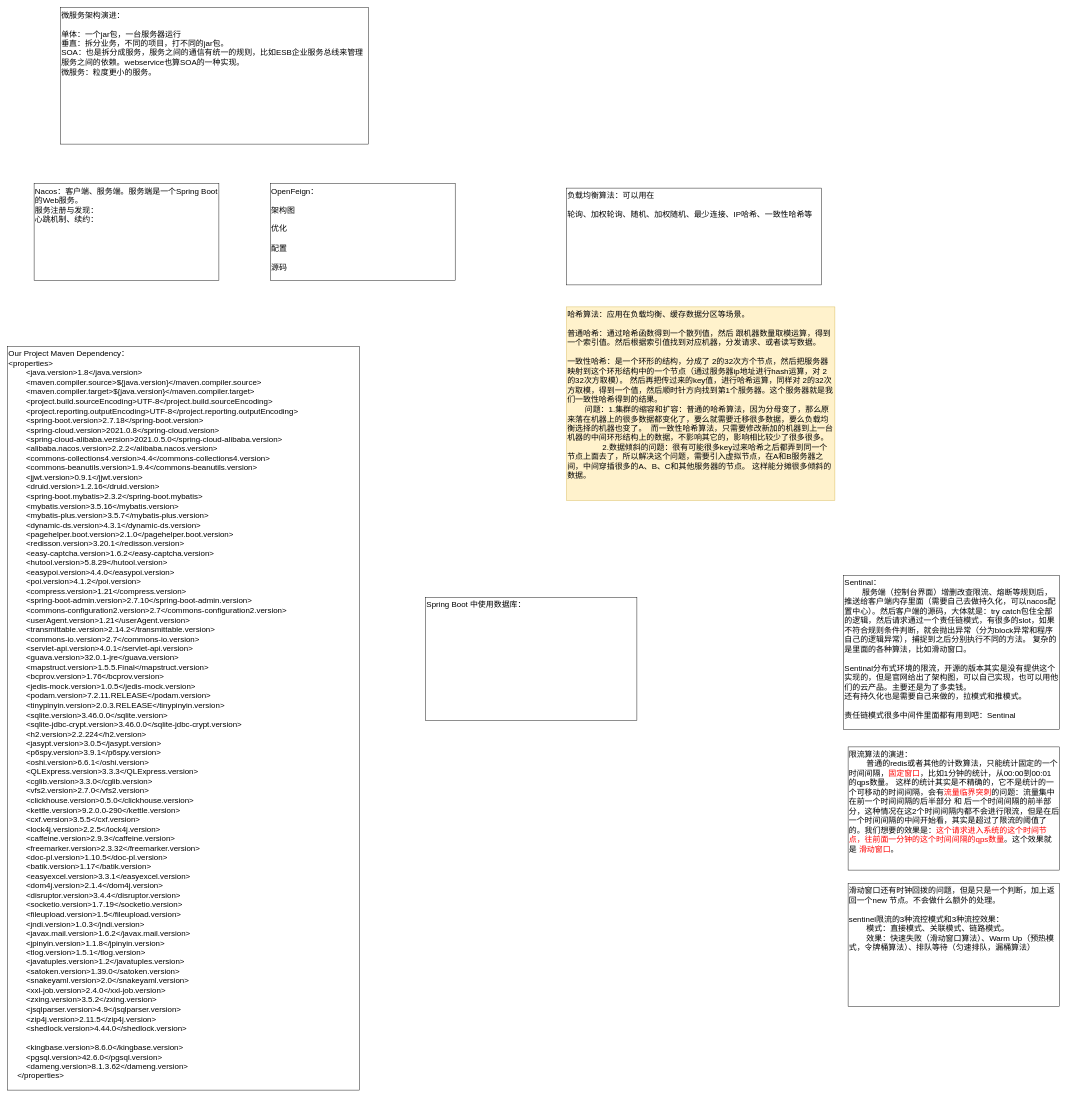
Earlier version of the draw.io diagram JAVA/微服务.drawio (KGwolf/MyDraw). Source tidied: cells renumbered, new cells numbered last; positions are measured from the earlier drawing's top-left corner, leaving out a move shared by most shapes. Both pictures are drawn from the tidied source at 44%, with x=0, y=0 at pixel (7, 7).
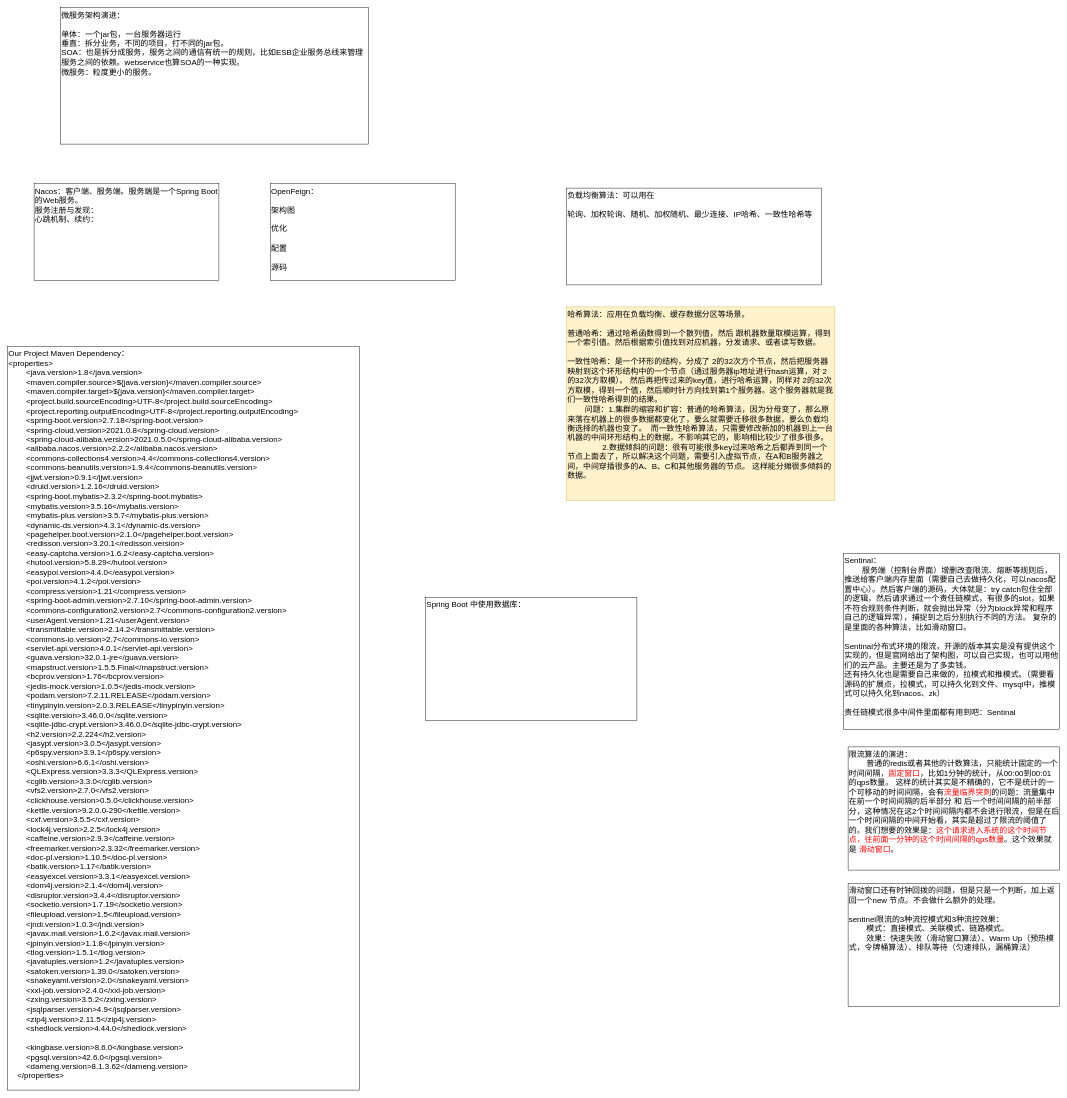
The same diagram, later.

Commit message:
更新微服务.drawio

What changed in the source:
```diff
@@
 <mxGraphModel>
   <root>
     <mxCell id="0" />
     <mxCell id="1" parent="0" />
     <mxCell id="2" value="Nacos：客户端、服务端。服务端是一个Spring Boot的Web服务。&lt;div&gt;服务注册与发现：&lt;/div&gt;&lt;div&gt;心跳机制、续约：&lt;br&gt;&lt;div&gt;&lt;br&gt;&lt;/div&gt;&lt;/div&gt;" style="rounded=0;whiteSpace=wrap;html=1;fontSize=18;verticalAlign=top;align=left;" parent="1" vertex="1">
       <mxGeometry x="60" y="400" width="420" height="220" as="geometry" />
     </mxCell>
     <mxCell id="3" value="&lt;div&gt;OpenFeign：&lt;/div&gt;&lt;div&gt;&lt;br&gt;&lt;/div&gt;&lt;div&gt;架构图&lt;/div&gt;&lt;div&gt;&lt;br&gt;&lt;/div&gt;&lt;div&gt;优化&lt;/div&gt;&lt;div&gt;&lt;br&gt;&lt;/div&gt;&lt;div&gt;配置&lt;/div&gt;&lt;div&gt;&lt;br&gt;&lt;/div&gt;&lt;div&gt;源码&lt;/div&gt;" style="rounded=0;whiteSpace=wrap;html=1;fontSize=18;verticalAlign=top;align=left;" parent="1" vertex="1">
       <mxGeometry x="597" y="400" width="420" height="220" as="geometry" />
     </mxCell>
     <mxCell id="4" value="Our Project Maven Dependency：&lt;div&gt;&lt;div&gt;&amp;lt;properties&amp;gt;&lt;/div&gt;&lt;div&gt;&amp;nbsp; &amp;nbsp; &amp;nbsp; &amp;nbsp; &amp;lt;java.version&amp;gt;1.8&amp;lt;/java.version&amp;gt;&lt;/div&gt;&lt;div&gt;&amp;nbsp; &amp;nbsp; &amp;nbsp; &amp;nbsp; &amp;lt;maven.compiler.source&amp;gt;${java.version}&amp;lt;/maven.compiler.source&amp;gt;&lt;/div&gt;&lt;div&gt;&amp;nbsp; &amp;nbsp; &amp;nbsp; &amp;nbsp; &amp;lt;maven.compiler.target&amp;gt;${java.version}&amp;lt;/maven.compiler.target&amp;gt;&lt;/div&gt;&lt;div&gt;&amp;nbsp; &amp;nbsp; &amp;nbsp; &amp;nbsp; &amp;lt;project.build.sourceEncoding&amp;gt;UTF-8&amp;lt;/project.build.sourceEncoding&amp;gt;&lt;/div&gt;&lt;div&gt;&amp;nbsp; &amp;nbsp; &amp;nbsp; &amp;nbsp; &amp;lt;project.reporting.outputEncoding&amp;gt;UTF-8&amp;lt;/project.reporting.outputEncoding&amp;gt;&lt;/div&gt;&lt;div&gt;&amp;nbsp; &amp;nbsp; &amp;nbsp; &amp;nbsp; &amp;lt;spring-boot.version&amp;gt;2.7.18&amp;lt;/spring-boot.version&amp;gt;&lt;/div&gt;&lt;div&gt;&amp;nbsp; &amp;nbsp; &amp;nbsp; &amp;nbsp; &amp;lt;spring-cloud.version&amp;gt;2021.0.8&amp;lt;/spring-cloud.version&amp;gt;&lt;/div&gt;&lt;div&gt;&amp;nbsp; &amp;nbsp; &amp;nbsp; &amp;nbsp; &amp;lt;spring-cloud-alibaba.version&amp;gt;2021.0.5.0&amp;lt;/spring-cloud-alibaba.version&amp;gt;&lt;/div&gt;&lt;div&gt;&amp;nbsp; &amp;nbsp; &amp;nbsp; &amp;nbsp; &amp;lt;alibaba.nacos.version&amp;gt;2.2.2&amp;lt;/alibaba.nacos.version&amp;gt;&lt;/div&gt;&lt;div&gt;&amp;nbsp; &amp;nbsp; &amp;nbsp; &amp;nbsp; &amp;lt;commons-collections4.version&amp;gt;4.4&amp;lt;/commons-collections4.version&amp;gt;&lt;/div&gt;&lt;div&gt;&amp;nbsp; &amp;nbsp; &amp;nbsp; &amp;nbsp; &amp;lt;commons-beanutils.version&amp;gt;1.9.4&amp;lt;/commons-beanutils.version&amp;gt;&lt;/div&gt;&lt;div&gt;&amp;nbsp; &amp;nbsp; &amp;nbsp; &amp;nbsp; &amp;lt;jjwt.version&amp;gt;0.9.1&amp;lt;/jjwt.version&amp;gt;&lt;/div&gt;&lt;div&gt;&amp;nbsp; &amp;nbsp; &amp;nbsp; &amp;nbsp; &amp;lt;druid.version&amp;gt;1.2.16&amp;lt;/druid.version&amp;gt;&lt;/div&gt;&lt;div&gt;&amp;nbsp; &amp;nbsp; &amp;nbsp; &amp;nbsp; &amp;lt;spring-boot.mybatis&amp;gt;2.3.2&amp;lt;/spring-boot.mybatis&amp;gt;&lt;/div&gt;&lt;div&gt;&amp;nbsp; &amp;nbsp; &amp;nbsp; &amp;nbsp; &amp;lt;mybatis.version&amp;gt;3.5.16&amp;lt;/mybatis.version&amp;gt;&lt;/div&gt;&lt;div&gt;&amp;nbsp; &amp;nbsp; &amp;nbsp; &amp;nbsp; &amp;lt;mybatis-plus.version&amp;gt;3.5.7&amp;lt;/mybatis-plus.version&amp;gt;&lt;/div&gt;&lt;div&gt;&amp;nbsp; &amp;nbsp; &amp;nbsp; &amp;nbsp; &amp;lt;dynamic-ds.version&amp;gt;4.3.1&amp;lt;/dynamic-ds.version&amp;gt;&lt;/div&gt;&lt;div&gt;&amp;nbsp; &amp;nbsp; &amp;nbsp; &amp;nbsp; &amp;lt;pagehelper.boot.version&amp;gt;2.1.0&amp;lt;/pagehelper.boot.version&amp;gt;&lt;/div&gt;&lt;div&gt;&amp;nbsp; &amp;nbsp; &amp;nbsp; &amp;nbsp; &amp;lt;redisson.version&amp;gt;3.20.1&amp;lt;/redisson.version&amp;gt;&lt;/div&gt;&lt;div&gt;&amp;nbsp; &amp;nbsp; &amp;nbsp; &amp;nbsp; &amp;lt;easy-captcha.version&amp;gt;1.6.2&amp;lt;/easy-captcha.version&amp;gt;&lt;/div&gt;&lt;div&gt;&amp;nbsp; &amp;nbsp; &amp;nbsp; &amp;nbsp; &amp;lt;hutool.version&amp;gt;5.8.29&amp;lt;/hutool.version&amp;gt;&lt;/div&gt;&lt;div&gt;&amp;nbsp; &amp;nbsp; &amp;nbsp; &amp;nbsp; &amp;lt;easypoi.version&amp;gt;4.4.0&amp;lt;/easypoi.version&amp;gt;&lt;/div&gt;&lt;div&gt;&amp;nbsp; &amp;nbsp; &amp;nbsp; &amp;nbsp; &amp;lt;poi.version&amp;gt;4.1.2&amp;lt;/poi.version&amp;gt;&lt;/div&gt;&lt;div&gt;&amp;nbsp; &amp;nbsp; &amp;nbsp; &amp;nbsp; &amp;lt;compress.version&amp;gt;1.21&amp;lt;/compress.version&amp;gt;&lt;/div&gt;&lt;div&gt;&amp;nbsp; &amp;nbsp; &amp;nbsp; &amp;nbsp; &amp;lt;spring-boot-admin.version&amp;gt;2.7.10&amp;lt;/spring-boot-admin.version&amp;gt;&lt;/div&gt;&lt;div&gt;&amp;nbsp; &amp;nbsp; &amp;nbsp; &amp;nbsp; &amp;lt;commons-configuration2.version&amp;gt;2.7&amp;lt;/commons-configuration2.version&amp;gt;&lt;/div&gt;&lt;div&gt;&amp;nbsp; &amp;nbsp; &amp;nbsp; &amp;nbsp; &amp;lt;userAgent.version&amp;gt;1.21&amp;lt;/userAgent.version&amp;gt;&lt;/div&gt;&lt;div&gt;&amp;nbsp; &amp;nbsp; &amp;nbsp; &amp;nbsp; &amp;lt;transmittable.version&amp;gt;2.14.2&amp;lt;/transmittable.version&amp;gt;&lt;/div&gt;&lt;div&gt;&amp;nbsp; &amp;nbsp; &amp;nbsp; &amp;nbsp; &amp;lt;commons-io.version&amp;gt;2.7&amp;lt;/commons-io.version&amp;gt;&lt;/div&gt;&lt;div&gt;&amp;nbsp; &amp;nbsp; &amp;nbsp; &amp;nbsp; &amp;lt;servlet-api.version&amp;gt;4.0.1&amp;lt;/servlet-api.version&amp;gt;&lt;/div&gt;&lt;div&gt;&amp;nbsp; &amp;nbsp; &amp;nbsp; &amp;nbsp; &amp;lt;guava.version&amp;gt;32.0.1-jre&amp;lt;/guava.version&amp;gt;&lt;/div&gt;&lt;div&gt;&amp;nbsp; &amp;nbsp; &amp;nbsp; &amp;nbsp; &amp;lt;mapstruct.version&amp;gt;1.5.5.Final&amp;lt;/mapstruct.version&amp;gt;&lt;/div&gt;&lt;div&gt;&amp;nbsp; &amp;nbsp; &amp;nbsp; &amp;nbsp; &amp;lt;bcprov.version&amp;gt;1.76&amp;lt;/bcprov.version&amp;gt;&lt;/div&gt;&lt;div&gt;&amp;nbsp; &amp;nbsp; &amp;nbsp; &amp;nbsp; &amp;lt;jedis-mock.version&amp;gt;1.0.5&amp;lt;/jedis-mock.version&amp;gt;&lt;/div&gt;&lt;div&gt;&amp;nbsp; &amp;nbsp; &amp;nbsp; &amp;nbsp; &amp;lt;podam.version&amp;gt;7.2.11.RELEASE&amp;lt;/podam.version&amp;gt;&lt;/div&gt;&lt;div&gt;&amp;nbsp; &amp;nbsp; &amp;nbsp; &amp;nbsp; &amp;lt;tinypinyin.version&amp;gt;2.0.3.RELEASE&amp;lt;/tinypinyin.version&amp;gt;&lt;/div&gt;&lt;div&gt;&amp;nbsp; &amp;nbsp; &amp;nbsp; &amp;nbsp; &amp;lt;sqlite.version&amp;gt;3.46.0.0&amp;lt;/sqlite.version&amp;gt;&lt;/div&gt;&lt;div&gt;&amp;nbsp; &amp;nbsp; &amp;nbsp; &amp;nbsp; &amp;lt;sqlite-jdbc-crypt.version&amp;gt;3.46.0.0&amp;lt;/sqlite-jdbc-crypt.version&amp;gt;&lt;/div&gt;&lt;div&gt;&amp;nbsp; &amp;nbsp; &amp;nbsp; &amp;nbsp; &amp;lt;h2.version&amp;gt;2.2.224&amp;lt;/h2.version&amp;gt;&lt;/div&gt;&lt;div&gt;&amp;nbsp; &amp;nbsp; &amp;nbsp; &amp;nbsp; &amp;lt;jasypt.version&amp;gt;3.0.5&amp;lt;/jasypt.version&amp;gt;&lt;/div&gt;&lt;div&gt;&amp;nbsp; &amp;nbsp; &amp;nbsp; &amp;nbsp; &amp;lt;p6spy.version&amp;gt;3.9.1&amp;lt;/p6spy.version&amp;gt;&lt;/div&gt;&lt;div&gt;&amp;nbsp; &amp;nbsp; &amp;nbsp; &amp;nbsp; &amp;lt;oshi.version&amp;gt;6.6.1&amp;lt;/oshi.version&amp;gt;&lt;/div&gt;&lt;div&gt;&amp;nbsp; &amp;nbsp; &amp;nbsp; &amp;nbsp; &amp;lt;QLExpress.version&amp;gt;3.3.3&amp;lt;/QLExpress.version&amp;gt;&lt;/div&gt;&lt;div&gt;&amp;nbsp; &amp;nbsp; &amp;nbsp; &amp;nbsp; &amp;lt;cglib.version&amp;gt;3.3.0&amp;lt;/cglib.version&amp;gt;&lt;/div&gt;&lt;div&gt;&amp;nbsp; &amp;nbsp; &amp;nbsp; &amp;nbsp; &amp;lt;vfs2.version&amp;gt;2.7.0&amp;lt;/vfs2.version&amp;gt;&lt;/div&gt;&lt;div&gt;&amp;nbsp; &amp;nbsp; &amp;nbsp; &amp;nbsp; &amp;lt;clickhouse.version&amp;gt;0.5.0&amp;lt;/clickhouse.version&amp;gt;&lt;/div&gt;&lt;div&gt;&amp;nbsp; &amp;nbsp; &amp;nbsp; &amp;nbsp; &amp;lt;kettle.version&amp;gt;9.2.0.0-290&amp;lt;/kettle.version&amp;gt;&lt;/div&gt;&lt;div&gt;&amp;nbsp; &amp;nbsp; &amp;nbsp; &amp;nbsp; &amp;lt;cxf.version&amp;gt;3.5.5&amp;lt;/cxf.version&amp;gt;&lt;/div&gt;&lt;div&gt;&amp;nbsp; &amp;nbsp; &amp;nbsp; &amp;nbsp; &amp;lt;lock4j.version&amp;gt;2.2.5&amp;lt;/lock4j.version&amp;gt;&lt;/div&gt;&lt;div&gt;&amp;nbsp; &amp;nbsp; &amp;nbsp; &amp;nbsp; &amp;lt;caffeine.version&amp;gt;2.9.3&amp;lt;/caffeine.version&amp;gt;&lt;/div&gt;&lt;div&gt;&amp;nbsp; &amp;nbsp; &amp;nbsp; &amp;nbsp; &amp;lt;freemarker.version&amp;gt;2.3.32&amp;lt;/freemarker.version&amp;gt;&lt;/div&gt;&lt;div&gt;&amp;nbsp; &amp;nbsp; &amp;nbsp; &amp;nbsp; &amp;lt;doc-pl.version&amp;gt;1.10.5&amp;lt;/doc-pl.version&amp;gt;&lt;/div&gt;&lt;div&gt;&amp;nbsp; &amp;nbsp; &amp;nbsp; &amp;nbsp; &amp;lt;batik.version&amp;gt;1.17&amp;lt;/batik.version&amp;gt;&lt;/div&gt;&lt;div&gt;&amp;nbsp; &amp;nbsp; &amp;nbsp; &amp;nbsp; &amp;lt;easyexcel.version&amp;gt;3.3.1&amp;lt;/easyexcel.version&amp;gt;&lt;/div&gt;&lt;div&gt;&amp;nbsp; &amp;nbsp; &amp;nbsp; &amp;nbsp; &amp;lt;dom4j.version&amp;gt;2.1.4&amp;lt;/dom4j.version&amp;gt;&lt;/div&gt;&lt;div&gt;&amp;nbsp; &amp;nbsp; &amp;nbsp; &amp;nbsp; &amp;lt;disruptor.version&amp;gt;3.4.4&amp;lt;/disruptor.version&amp;gt;&lt;/div&gt;&lt;div&gt;&amp;nbsp; &amp;nbsp; &amp;nbsp; &amp;nbsp; &amp;lt;socketio.version&amp;gt;1.7.19&amp;lt;/socketio.version&amp;gt;&lt;/div&gt;&lt;div&gt;&amp;nbsp; &amp;nbsp; &amp;nbsp; &amp;nbsp; &amp;lt;fileupload.version&amp;gt;1.5&amp;lt;/fileupload.version&amp;gt;&lt;/div&gt;&lt;div&gt;&amp;nbsp; &amp;nbsp; &amp;nbsp; &amp;nbsp; &amp;lt;jndi.version&amp;gt;1.0.3&amp;lt;/jndi.version&amp;gt;&lt;/div&gt;&lt;div&gt;&amp;nbsp; &amp;nbsp; &amp;nbsp; &amp;nbsp; &amp;lt;javax.mail.version&amp;gt;1.6.2&amp;lt;/javax.mail.version&amp;gt;&lt;/div&gt;&lt;div&gt;&amp;nbsp; &amp;nbsp; &amp;nbsp; &amp;nbsp; &amp;lt;jpinyin.version&amp;gt;1.1.8&amp;lt;/jpinyin.version&amp;gt;&lt;/div&gt;&lt;div&gt;&amp;nbsp; &amp;nbsp; &amp;nbsp; &amp;nbsp; &amp;lt;tlog.version&amp;gt;1.5.1&amp;lt;/tlog.version&amp;gt;&lt;/div&gt;&lt;div&gt;&amp;nbsp; &amp;nbsp; &amp;nbsp; &amp;nbsp; &amp;lt;javatuples.version&amp;gt;1.2&amp;lt;/javatuples.version&amp;gt;&lt;/div&gt;&lt;div&gt;&amp;nbsp; &amp;nbsp; &amp;nbsp; &amp;nbsp; &amp;lt;satoken.version&amp;gt;1.39.0&amp;lt;/satoken.version&amp;gt;&lt;/div&gt;&lt;div&gt;&amp;nbsp; &amp;nbsp; &amp;nbsp; &amp;nbsp; &amp;lt;snakeyaml.version&amp;gt;2.0&amp;lt;/snakeyaml.version&amp;gt;&lt;/div&gt;&lt;div&gt;&amp;nbsp; &amp;nbsp; &amp;nbsp; &amp;nbsp; &amp;lt;xxl-job.version&amp;gt;2.4.0&amp;lt;/xxl-job.version&amp;gt;&lt;/div&gt;&lt;div&gt;&amp;nbsp; &amp;nbsp; &amp;nbsp; &amp;nbsp; &amp;lt;zxing.version&amp;gt;3.5.2&amp;lt;/zxing.version&amp;gt;&lt;/div&gt;&lt;div&gt;&amp;nbsp; &amp;nbsp; &amp;nbsp; &amp;nbsp; &amp;lt;jsqlparser.version&amp;gt;4.9&amp;lt;/jsqlparser.version&amp;gt;&lt;/div&gt;&lt;div&gt;&amp;nbsp; &amp;nbsp; &amp;nbsp; &amp;nbsp; &amp;lt;zip4j.version&amp;gt;2.11.5&amp;lt;/zip4j.version&amp;gt;&lt;/div&gt;&lt;div&gt;&amp;nbsp; &amp;nbsp; &amp;nbsp; &amp;nbsp; &amp;lt;shedlock.version&amp;gt;4.44.0&amp;lt;/shedlock.version&amp;gt;&lt;/div&gt;&lt;div&gt;&lt;br&gt;&lt;/div&gt;&lt;div&gt;&amp;nbsp; &amp;nbsp; &amp;nbsp; &amp;nbsp; &amp;lt;kingbase.version&amp;gt;8.6.0&amp;lt;/kingbase.version&amp;gt;&lt;/div&gt;&lt;div&gt;&amp;nbsp; &amp;nbsp; &amp;nbsp; &amp;nbsp; &amp;lt;pgsql.version&amp;gt;42.6.0&amp;lt;/pgsql.version&amp;gt;&lt;/div&gt;&lt;div&gt;&amp;nbsp; &amp;nbsp; &amp;nbsp; &amp;nbsp; &amp;lt;dameng.version&amp;gt;8.1.3.62&amp;lt;/dameng.version&amp;gt;&lt;/div&gt;&lt;div&gt;&amp;nbsp; &amp;nbsp; &amp;lt;/properties&amp;gt;&lt;/div&gt;&lt;div&gt;&lt;br&gt;&lt;/div&gt;&lt;/div&gt;" style="rounded=0;whiteSpace=wrap;html=1;fontSize=18;verticalAlign=top;align=left;" parent="1" vertex="1">
       <mxGeometry y="770" width="800" height="1690" as="geometry" />
     </mxCell>
     <mxCell id="5" value="微服务架构演进：&lt;div&gt;&lt;br&gt;&lt;/div&gt;&lt;div&gt;单体：一个jar包，一台服务器运行&lt;/div&gt;&lt;div&gt;垂直：拆分业务，不同的项目，打不同的jar包。&lt;/div&gt;&lt;div&gt;SOA：也是拆分成服务，服务之间的通信有统一的规则，比如ESB企业服务总线来管理服务之间的依赖。webservice也算SOA的一种实现。&lt;/div&gt;&lt;div&gt;微服务：粒度更小的服务。&lt;br&gt;&lt;div&gt;&lt;br&gt;&lt;/div&gt;&lt;/div&gt;" style="rounded=0;whiteSpace=wrap;html=1;fontSize=18;verticalAlign=top;align=left;" parent="1" vertex="1">
       <mxGeometry x="120" width="700" height="310" as="geometry" />
     </mxCell>
     <mxCell id="6" value="&lt;div&gt;负载均衡算法：可以用在&lt;/div&gt;&lt;div&gt;&lt;br&gt;&lt;/div&gt;&lt;div&gt;轮询、加权轮询、随机、加权随机、最少连接、IP哈希、一致性哈希等&lt;/div&gt;" style="rounded=0;whiteSpace=wrap;html=1;fontSize=18;verticalAlign=top;align=left;" parent="1" vertex="1">
       <mxGeometry x="1270" y="410" width="580" height="220" as="geometry" />
     </mxCell>
     <mxCell id="7" value="&lt;div&gt;哈希算法：应用在负载均衡、缓存数据分区等场景。&lt;/div&gt;&lt;div&gt;&lt;br&gt;&lt;/div&gt;&lt;div&gt;普通哈希：通过哈希函数得到一个散列值，然后 跟机器数量取模运算，得到一个索引值。然后根据索引值找到对应机器，分发请求、或者读写数据。&lt;/div&gt;&lt;div&gt;&lt;br&gt;&lt;/div&gt;一致性哈希：是一个环形的结构，分成了 2的32次方个节点，然后把服务器映射到这个环形结构中的一个节点（通过服务器ip地址进行hash运算，对 2的32次方取模）。 然后再把传过来的key值，进行哈希运算，同样对 2的32次方取模，得到一个值，然后顺时针方向找到第1个服务器。这个服务器就是我们一致性哈希得到的结果。&lt;div&gt;&lt;span style=&quot;white-space: pre;&quot;&gt;&#9;&lt;/span&gt;问题：1.集群的缩容和扩容：普通的哈希算法，因为分母变了，那么原来落在机器上的很多数据都变化了，要么就需要迁移很多数据，要么负载均衡选择的机器也变了。&amp;nbsp; 而一致性哈希算法，只需要修改新加的机器到上一台机器的中间环形结构上的数据，不影响其它的，影响相比较少了很多很多。&lt;br&gt;&lt;/div&gt;&lt;div&gt;&lt;span style=&quot;white-space: pre;&quot;&gt;&#9;&lt;/span&gt;&lt;span style=&quot;white-space: pre;&quot;&gt;&#9;&lt;/span&gt;2.数据倾斜的问题：很有可能很多key过来哈希之后都弄到同一个节点上面去了，所以解决这个问题，需要引入虚拟节点，在A和B服务器之间，中间穿插很多的A、B、C和其他服务器的节点。 这样能分摊很多倾斜的数据。&lt;br&gt;&lt;/div&gt;" style="rounded=0;whiteSpace=wrap;html=1;fontSize=18;verticalAlign=top;align=left;fillColor=#fff2cc;strokeColor=#d6b656;" parent="1" vertex="1">
       <mxGeometry x="1270" y="680" width="610" height="440" as="geometry" />
     </mxCell>
     <mxCell id="8" value="Spring Boot 中使用数据库：" style="rounded=0;whiteSpace=wrap;html=1;fontSize=18;verticalAlign=top;align=left;" parent="1" vertex="1">
       <mxGeometry x="950" y="1340" width="480" height="280" as="geometry" />
     </mxCell>
-    <mxCell id="9" value="Sentinal：&lt;div&gt;&lt;span style=&quot;white-space: pre;&quot;&gt;&#9;&lt;/span&gt;服务端（控制台界面）增删改查限流、熔断等规则后，推送给客户端内存里面（需要自己去做持久化，可以nacos配置中心）。然后客户端的源码，大体就是：try catch包住全部的逻辑，然后请求通过一个责任链模式，有很多的slot，如果不符合规则条件判断，就会抛出异常（分为block异常和程序自己的逻辑异常），捕捉到之后分别执行不同的方法。 复杂的是里面的各种算法，比如滑动窗口。&lt;br&gt;&lt;/div&gt;&lt;div&gt;&lt;br&gt;&lt;/div&gt;&lt;div&gt;Sentinal分布式环境的限流，开源的版本其实是没有提供这个实现的，但是官网给出了架构图，可以自己实现，也可以用他们的云产品。主要还是为了多卖钱。&lt;/div&gt;&lt;div&gt;还有持久化也是需要自己来做的，拉模式和推模式。&lt;/div&gt;&lt;div&gt;&lt;br&gt;&lt;/div&gt;&lt;div&gt;责任链模式很多中间件里面都有用到吧：Sentinal&lt;/div&gt;&lt;div&gt;&lt;br&gt;&lt;/div&gt;" style="rounded=0;whiteSpace=wrap;html=1;fontSize=18;verticalAlign=top;align=left;" parent="1" vertex="1">
-      <mxGeometry x="1900" y="1290" width="490" height="350" as="geometry" />
+    <mxCell id="9" value="Sentinal：&lt;div&gt;&lt;span style=&quot;white-space: pre;&quot;&gt;&#9;&lt;/span&gt;服务端（控制台界面）增删改查限流、熔断等规则后，推送给客户端内存里面（需要自己去做持久化，可以nacos配置中心）。然后客户端的源码，大体就是：try catch包住全部的逻辑，然后请求通过一个责任链模式，有很多的slot，如果不符合规则条件判断，就会抛出异常（分为block异常和程序自己的逻辑异常），捕捉到之后分别执行不同的方法。 复杂的是里面的各种算法，比如滑动窗口。&lt;br&gt;&lt;/div&gt;&lt;div&gt;&lt;br&gt;&lt;/div&gt;&lt;div&gt;Sentinal分布式环境的限流，开源的版本其实是没有提供这个实现的，但是官网给出了架构图，可以自己实现，也可以用他们的云产品。主要还是为了多卖钱。&lt;/div&gt;&lt;div&gt;还有持久化也是需要自己来做的，拉模式和推模式。（需要看源码的扩展点，拉模式，可以持久化到文件、mysql中，推模式可以持久化到nacos、zk）&lt;/div&gt;&lt;div&gt;&lt;br&gt;&lt;/div&gt;&lt;div&gt;责任链模式很多中间件里面都有用到吧：Sentinal&lt;/div&gt;&lt;div&gt;&lt;br&gt;&lt;/div&gt;" style="rounded=0;whiteSpace=wrap;html=1;fontSize=18;verticalAlign=top;align=left;" parent="1" vertex="1">
+      <mxGeometry x="1900" y="1240" width="490" height="400" as="geometry" />
     </mxCell>
     <mxCell id="10" value="限流算法的演进：&lt;div&gt;&lt;span style=&quot;white-space: pre;&quot;&gt;&#9;&lt;/span&gt;普通的redis或者其他的计数算法，只能统计固定的一个时间间隔，&lt;font style=&quot;color: rgb(255, 0, 0);&quot;&gt;固定窗口&lt;/font&gt;，比如1分钟的统计，从00:00到00:01的qps数量。 这样的统计其实是不精确的，&lt;span style=&quot;background-color: transparent; color: light-dark(rgb(0, 0, 0), rgb(255, 255, 255));&quot;&gt;它不是统计的一个可移动的时间间隔，&lt;/span&gt;&lt;span style=&quot;background-color: transparent; color: light-dark(rgb(0, 0, 0), rgb(255, 255, 255));&quot;&gt;会有&lt;/span&gt;&lt;font style=&quot;background-color: transparent; color: rgb(255, 0, 0);&quot;&gt;流量临界突刺&lt;/font&gt;&lt;span style=&quot;background-color: transparent; color: light-dark(rgb(0, 0, 0), rgb(255, 255, 255));&quot;&gt;的问题：流量集中在前一个时间间隔的后半部分 和 后一个时间间隔的前半部分，这种情况在这2个时间间隔内都不会进行限流，但是在后一个时间间隔的中间开始看，其实是超过了限流的阈值了的。我们想要的效果是：&lt;/span&gt;&lt;font style=&quot;background-color: transparent; color: rgb(255, 0, 0);&quot;&gt;这个请求进入系统的这个时间节点，往前面一分钟的这个时间间隔的qps数量&lt;/font&gt;&lt;span style=&quot;background-color: transparent; color: light-dark(rgb(0, 0, 0), rgb(255, 255, 255));&quot;&gt;。这个效果就是 &lt;/span&gt;&lt;font style=&quot;background-color: transparent; color: rgb(255, 0, 0);&quot;&gt;滑动窗口&lt;/font&gt;&lt;span style=&quot;background-color: transparent; color: light-dark(rgb(0, 0, 0), rgb(255, 255, 255));&quot;&gt;。&lt;/span&gt;&lt;/div&gt;&lt;div&gt;&lt;div&gt;&lt;br&gt;&lt;/div&gt;&lt;/div&gt;" style="rounded=0;whiteSpace=wrap;html=1;fontSize=18;verticalAlign=top;align=left;" parent="1" vertex="1">
       <mxGeometry x="1910" y="1680" width="480" height="280" as="geometry" />
     </mxCell>
     <mxCell id="11" value="滑动窗口还有时钟回拨的问题，但是只是一个判断，加上返回一个new 节点。不会做什么额外的处理。&lt;div&gt;&lt;br&gt;&lt;/div&gt;&lt;div&gt;sentinel限流的3种流控模式和3种流控效果：&lt;/div&gt;&lt;div&gt;&lt;span style=&quot;white-space: pre;&quot;&gt;&#9;&lt;/span&gt;模式：直接模式、关联模式、链路模式。&lt;/div&gt;&lt;div&gt;&lt;span style=&quot;white-space: pre;&quot;&gt;&#9;&lt;/span&gt;效果：快速失败（滑动窗口算法）、Warm Up（预热模式，令牌桶算法）、排队等待（匀速排队，漏桶算法）&lt;br&gt;&lt;/div&gt;&lt;div&gt;&lt;div&gt;&lt;div&gt;&lt;br&gt;&lt;/div&gt;&lt;/div&gt;&lt;/div&gt;" style="rounded=0;whiteSpace=wrap;html=1;fontSize=18;verticalAlign=top;align=left;" parent="1" vertex="1">
       <mxGeometry x="1910" y="1990" width="480" height="280" as="geometry" />
     </mxCell>
   </root>
 </mxGraphModel>
```
